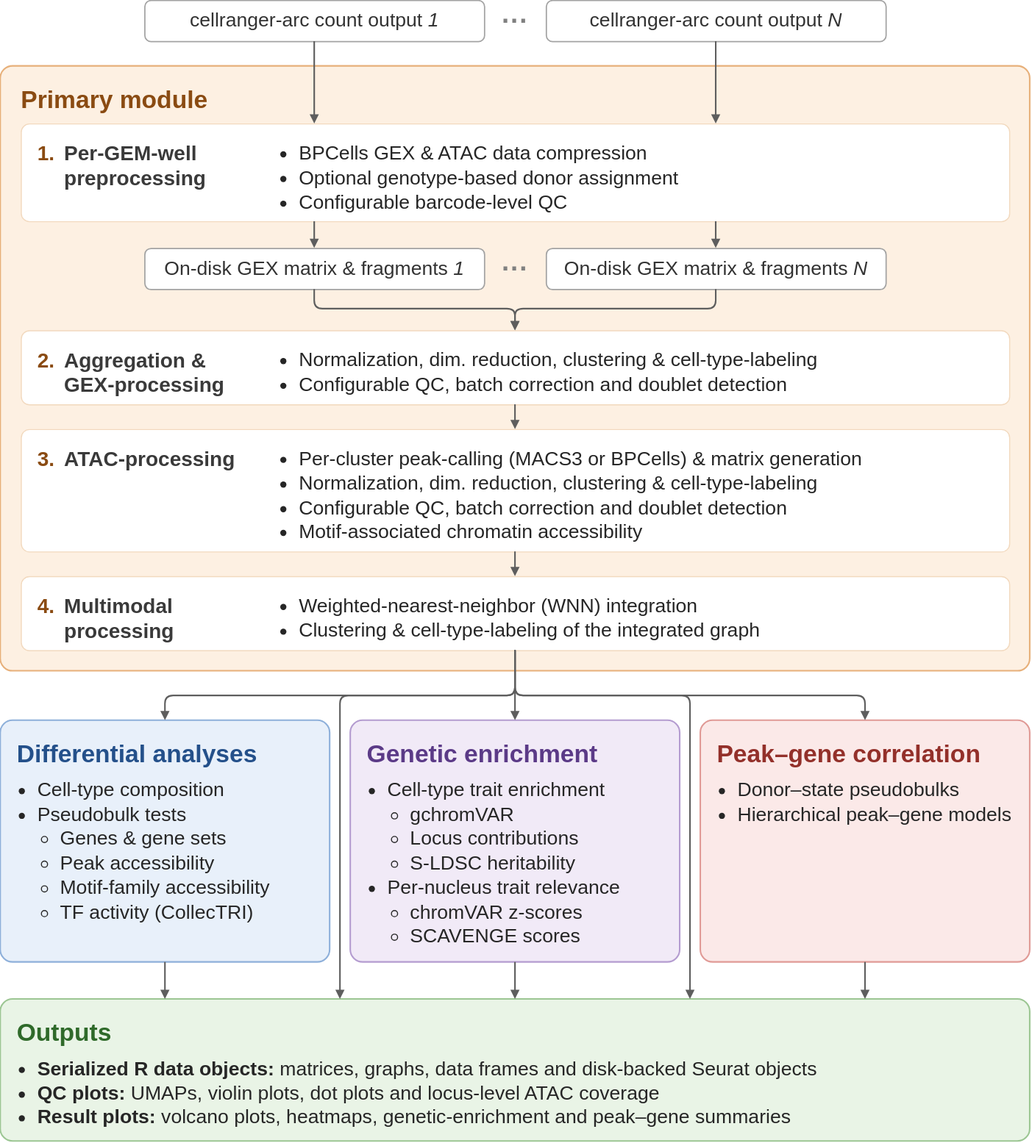
Before: website/figures/multiomeR_overview_simplified.drawio.svg, a diagram exported from draw.io (koefoeden/multiomeR). Source tidied: cells renumbered, new cells last; positions are measured from the earlier drawing's top-left corner, leaving out a move shared by most shapes.
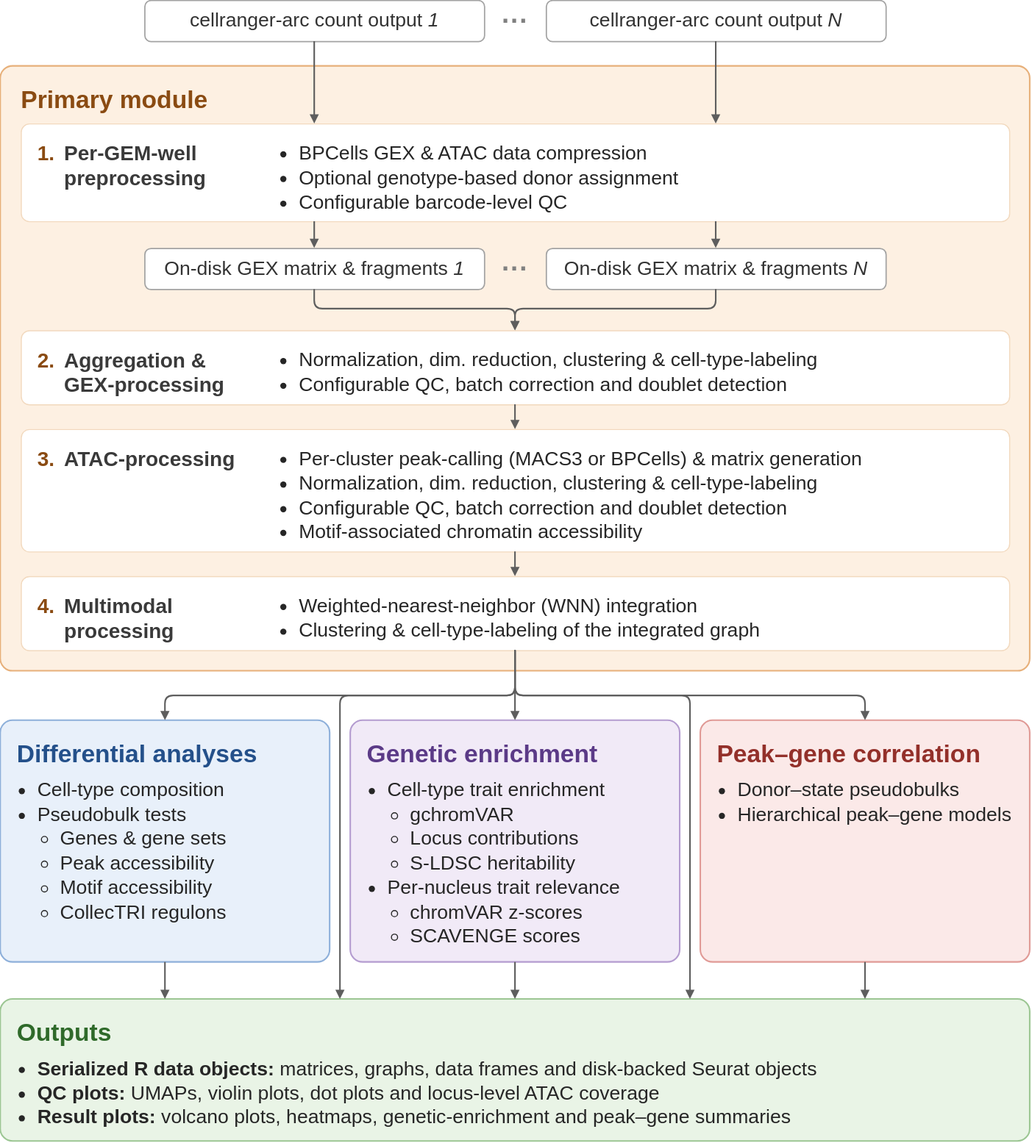
The same file after the commit.

Commit message:
Name regulons and per-sample checks in the manual

The overview figure still showed "TF activity (CollecTRI)" and
"Motif-family accessibility", which regulon enrichment and motif
accessibility replaced. The quality-control methods now describe the
first checkpoint's per-sample plots and sex check.

non_target_breaking

Adapted-from-private-commit: 42faf58

Change to the diagram source:
```diff
@@ -5,7 +5,7 @@
     <mxCell id="2" value="Primary module" style="rounded=1;absoluteArcSize=1;arcSize=24;whiteSpace=wrap;html=1;fillColor=#FDF0E2;strokeColor=#E7B07A;strokeWidth=1.5;align=left;verticalAlign=top;spacing=0;spacingLeft=20;spacingTop=14;fontSize=24;fontStyle=1;fontColor=#8A4B12;" parent="1" vertex="1">
       <mxGeometry y="64" width="1000" height="588" as="geometry" />
     </mxCell>
-    <mxCell id="3" value="&lt;div style=&quot;font-size:24px;font-weight:bold;color:#24508A;margin-bottom:8px;&quot;&gt;Differential analyses&lt;/div&gt;&lt;ul style=&quot;margin:0;padding-left:20px;line-height:1.25;&quot;&gt;&lt;li&gt;Cell-type composition&lt;/li&gt;&lt;li&gt;Pseudobulk tests&lt;ul style=&quot;margin:0;padding-left:22px;&quot;&gt;&lt;li&gt;Genes &amp;amp; gene sets&lt;/li&gt;&lt;li&gt;Peak accessibility&lt;/li&gt;&lt;li&gt;Motif-family accessibility&lt;/li&gt;&lt;li&gt;TF activity (CollecTRI)&lt;/li&gt;&lt;/ul&gt;&lt;/li&gt;&lt;/ul&gt;" style="rounded=1;absoluteArcSize=1;arcSize=24;whiteSpace=wrap;html=1;fillColor=#E8F0FA;strokeColor=#8EB0DA;strokeWidth=1.5;spacingLeft=16;spacingRight=10;spacingTop=14;align=left;verticalAlign=top;spacing=0;fontSize=19;fontColor=#262626;" parent="1" vertex="1">
+    <mxCell id="3" value="&lt;div style=&quot;font-size:24px;font-weight:bold;color:#24508A;margin-bottom:8px;&quot;&gt;Differential analyses&lt;/div&gt;&lt;ul style=&quot;margin:0;padding-left:20px;line-height:1.25;&quot;&gt;&lt;li&gt;Cell-type composition&lt;/li&gt;&lt;li&gt;Pseudobulk tests&lt;ul style=&quot;margin:0;padding-left:22px;&quot;&gt;&lt;li&gt;Genes &amp;amp; gene sets&lt;/li&gt;&lt;li&gt;Peak accessibility&lt;/li&gt;&lt;li&gt;Motif accessibility&lt;/li&gt;&lt;li&gt;CollecTRI regulons&lt;/li&gt;&lt;/ul&gt;&lt;/li&gt;&lt;/ul&gt;" style="rounded=1;absoluteArcSize=1;arcSize=24;whiteSpace=wrap;html=1;fillColor=#E8F0FA;strokeColor=#8EB0DA;strokeWidth=1.5;spacingLeft=16;spacingRight=10;spacingTop=14;align=left;verticalAlign=top;spacing=0;fontSize=19;fontColor=#262626;" parent="1" vertex="1">
       <mxGeometry y="700" width="320" height="235" as="geometry" />
     </mxCell>
     <mxCell id="4" value="&lt;div style=&quot;font-size:24px;font-weight:bold;color:#5B3A87;margin-bottom:8px;&quot;&gt;Genetic enrichment&lt;/div&gt;&lt;ul style=&quot;margin:0;padding-left:20px;line-height:1.25;&quot;&gt;&lt;li&gt;Cell-type trait enrichment&lt;ul style=&quot;margin:0;padding-left:22px;&quot;&gt;&lt;li&gt;gchromVAR&lt;/li&gt;&lt;li&gt;Locus contributions&lt;/li&gt;&lt;li&gt;S-LDSC heritability&lt;/li&gt;&lt;/ul&gt;&lt;/li&gt;&lt;li&gt;Per-nucleus trait relevance&lt;ul style=&quot;margin:0;padding-left:22px;&quot;&gt;&lt;li&gt;chromVAR z-scores&lt;/li&gt;&lt;li&gt;SCAVENGE scores&lt;/li&gt;&lt;/ul&gt;&lt;/li&gt;&lt;/ul&gt;" style="rounded=1;absoluteArcSize=1;arcSize=24;whiteSpace=wrap;html=1;fillColor=#F1EAF7;strokeColor=#B49CD0;strokeWidth=1.5;spacingLeft=16;spacingRight=10;spacingTop=14;align=left;verticalAlign=top;spacing=0;fontSize=19;fontColor=#262626;" parent="1" vertex="1">
```
